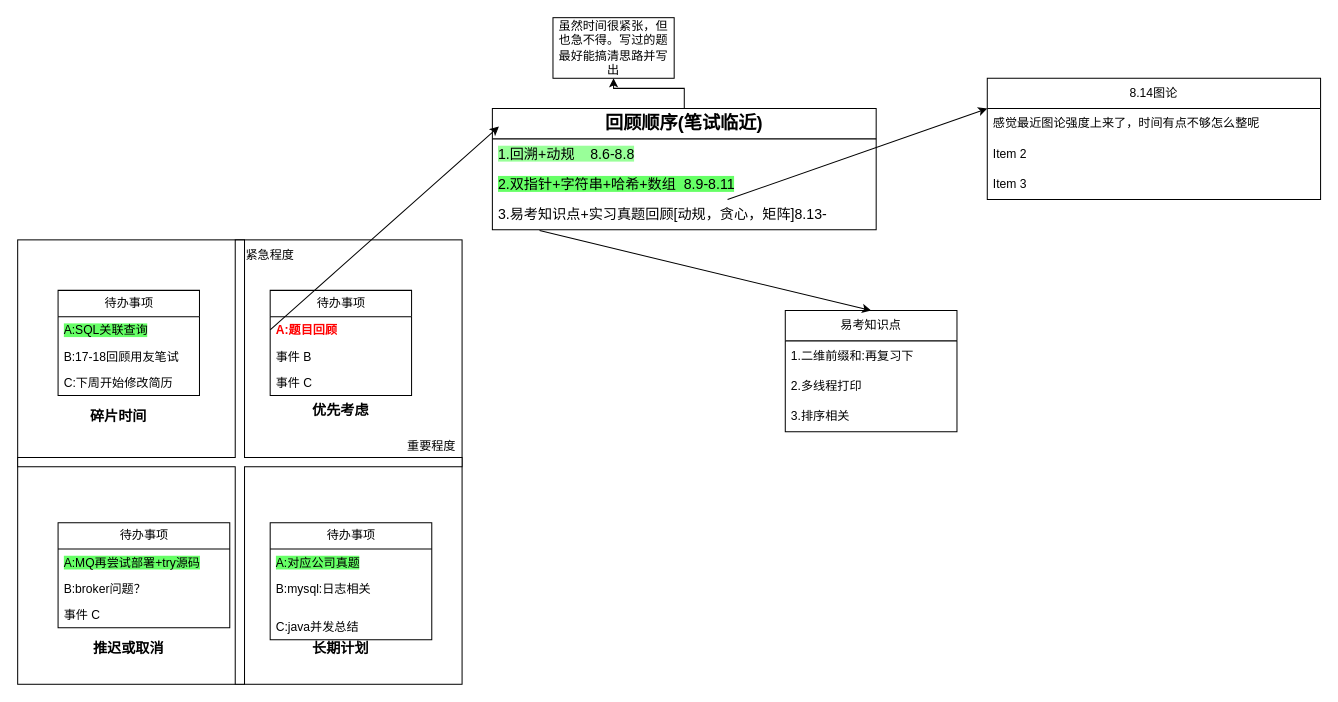
Before: 优先级象限.drawio in beyondgogogo/Graph, a draw.io diagram. Source tidied: cells renumbered, new cells numbered last; positions are measured from the earlier drawing's top-left corner, leaving out a move shared by most shapes. Both pictures are drawn from the tidied source at 101%, with x=0, y=0 at pixel (17, 17).
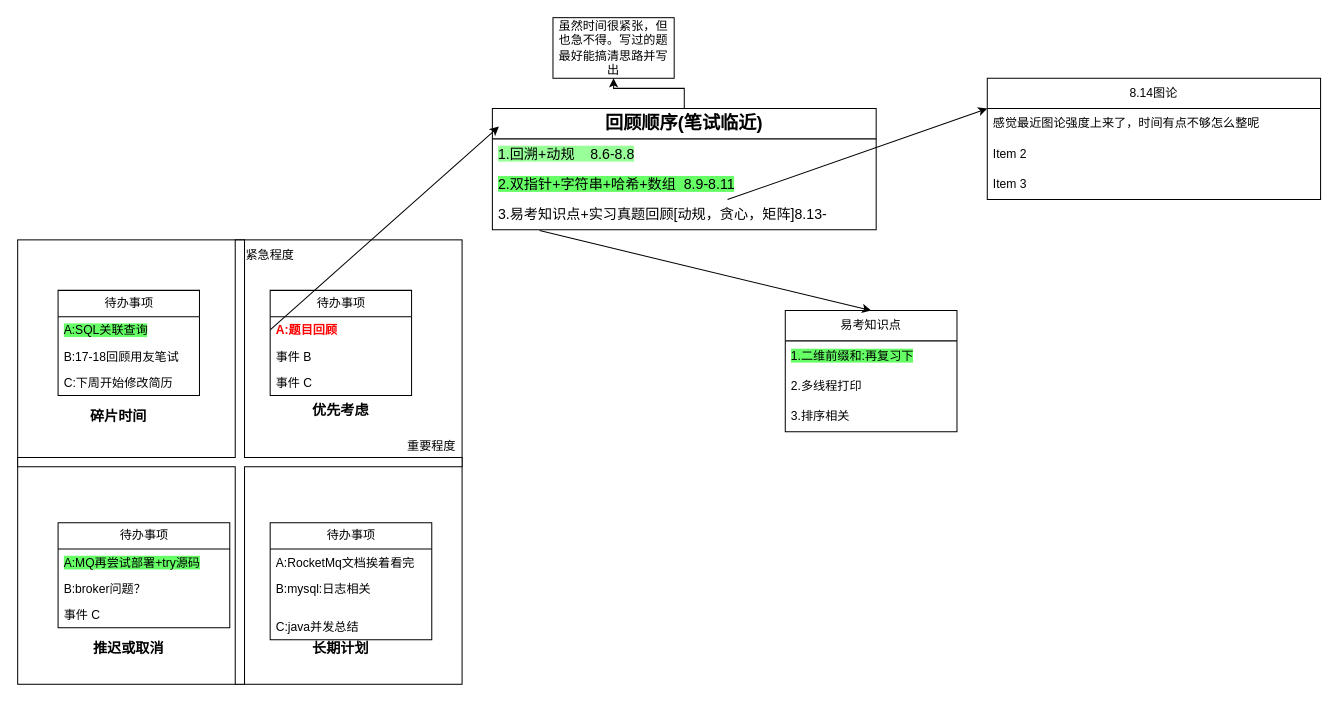
After the change.

Commit message:
更新优先级象限.drawio

Unchanged cells that the change refers to:
```xml
<mxCell id="14" value="待办事项" style="swimlane;fontStyle=0;horizontal=1;startSize=26;fillColor=none;html=1;" parent="1" vertex="1">
  <mxGeometry x="250" y="500" width="160" height="116" as="geometry" />
</mxCell>
<mxCell id="33" value="易考知识点" style="swimlane;fontStyle=0;horizontal=1;startSize=30;whiteSpace=wrap;html=1;" parent="1" vertex="1">
  <mxGeometry x="760" y="290" width="170" height="120" as="geometry" />
</mxCell>
```

Diff of the diagram source:
```diff
@@
-    <mxCell id="15" value="&lt;span style=&quot;background-color: rgb(102, 255, 102);&quot;&gt;A:对应公司真题&lt;/span&gt;" style="text;strokeColor=none;fillColor=none;align=left;verticalAlign=top;spacingLeft=4;spacingRight=4;overflow=hidden;whiteSpace=wrap;html=1;" parent="14" vertex="1">
+    <mxCell id="15" value="A:RocketMq文档挨着看完" style="text;strokeColor=none;fillColor=none;align=left;verticalAlign=top;spacingLeft=4;spacingRight=4;overflow=hidden;whiteSpace=wrap;html=1;" parent="14" vertex="1">
       <mxGeometry y="26" width="160" height="26" as="geometry" />
     </mxCell>
@@
-    <mxCell id="34" value="1.二维前缀和:再复习下" style="text;strokeColor=none;fillColor=none;align=left;verticalAlign=middle;spacingLeft=4;spacingRight=4;overflow=hidden;whiteSpace=wrap;html=1;" parent="33" vertex="1">
+    <mxCell id="34" value="&lt;span style=&quot;background-color: rgb(102, 255, 102);&quot;&gt;1.二维前缀和:再复习下&lt;/span&gt;" style="text;strokeColor=none;fillColor=none;align=left;verticalAlign=middle;spacingLeft=4;spacingRight=4;overflow=hidden;whiteSpace=wrap;html=1;" parent="33" vertex="1">
       <mxGeometry y="30" width="170" height="30" as="geometry" />
     </mxCell>
```
